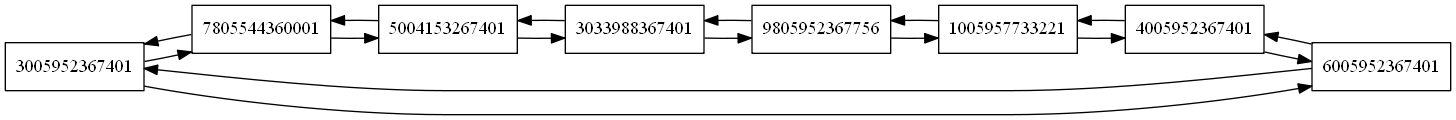
Before: Proyecto2/graphListaC.png, a diagram exported from Graphviz (Angel357/-EDD-Proyecto2). Its source is kept beside it as Proyecto2/graphListaC.dot.
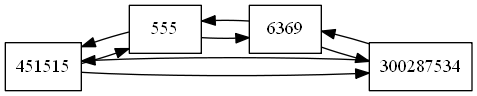
Above is the later version.

Change to the diagram source:
```diff
@@ -1,28 +1,16 @@
 digraph {
 node[shape=box];
 rankdir=LR;
-3005952367401[shape=box, label="3005952367401"];
-3005952367401->7805544360001
-3005952367401->6005952367401
-7805544360001[shape=box, label="7805544360001"];
-7805544360001->5004153267401
-7805544360001->3005952367401
-5004153267401[shape=box, label="5004153267401"];
-5004153267401->3033988367401
-5004153267401->7805544360001
-3033988367401[shape=box, label="3033988367401"];
-3033988367401->9805952367756
-3033988367401->5004153267401
-9805952367756[shape=box, label="9805952367756"];
-9805952367756->1005957733221
-9805952367756->3033988367401
-1005957733221[shape=box, label="1005957733221"];
-1005957733221->4005952367401
-1005957733221->9805952367756
-4005952367401[shape=box, label="4005952367401"];
-4005952367401->6005952367401
-4005952367401->1005957733221
-6005952367401[shape=box, label="6005952367401"];
-6005952367401->3005952367401
-6005952367401->4005952367401
+451515[shape=box, label="451515"];
+451515->555
+451515->300287534
+555[shape=box, label="555"];
+555->6369
+555->451515
+6369[shape=box, label="6369"];
+6369->300287534
+6369->555
+300287534[shape=box, label="300287534"];
+300287534->451515
+300287534->6369
  }
```
